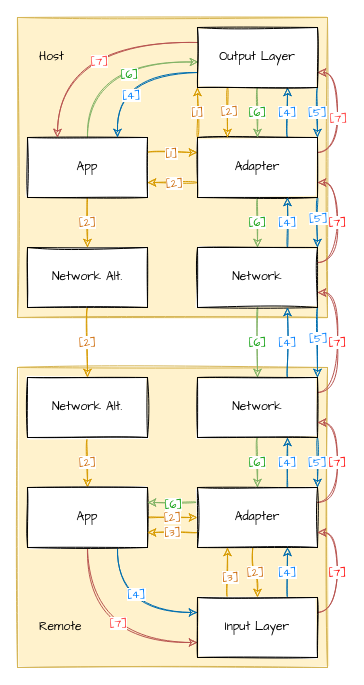
Before: protocol.drawio in loreanvictor/observables-over-boundary, a draw.io diagram. Source tidied: cells renumbered, new cells numbered last; positions are measured from the earlier drawing's top-left corner, leaving out a move shared by most shapes. Both pictures are drawn from the tidied source at 100%, with x=0, y=0 at pixel (17, 17).
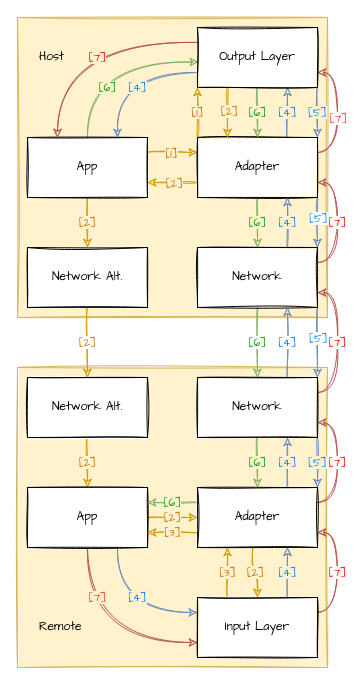
The same diagram, later.

Unchanged cells that the change refers to:
```xml
<mxCell id="5" style="edgeStyle=orthogonalEdgeStyle;jettySize=auto;html=1;exitX=1;exitY=0.25;exitDx=0;exitDy=0;entryX=0;entryY=0.25;entryDx=0;entryDy=0;curved=1;fillColor=#ffcd28;strokeColor=#d79b00;sketch=1;gradientColor=#ffa500;fontFamily=Comic Sans MS;" parent="1" edge="1" source="10" target="20">
  <mxGeometry relative="1" as="geometry" />
</mxCell>
<mxCell id="10" value="App" style="whiteSpace=wrap;html=1;sketch=1;fontFamily=Comic Sans MS;" parent="1" vertex="1">
  <mxGeometry x="10" y="120" width="120" height="60" as="geometry" />
</mxCell>
<mxCell id="12" style="edgeStyle=orthogonalEdgeStyle;jettySize=auto;html=1;exitX=0;exitY=0.75;exitDx=0;exitDy=0;entryX=1;entryY=0.75;entryDx=0;entryDy=0;curved=1;fillColor=#ffcd28;strokeColor=#d79b00;sketch=1;gradientColor=#ffa500;fontFamily=Comic Sans MS;fontColor=#CC6600;" parent="1" edge="1" source="20" target="10">
  <mxGeometry relative="1" as="geometry" />
</mxCell>
<mxCell id="20" value="Adapter" style="whiteSpace=wrap;html=1;sketch=1;fontFamily=Comic Sans MS;" parent="1" vertex="1">
  <mxGeometry x="180" y="120" width="120" height="60" as="geometry" />
</mxCell>
<mxCell id="21" style="edgeStyle=orthogonalEdgeStyle;jettySize=auto;html=1;entryX=0.25;entryY=0;entryDx=0;entryDy=0;exitX=0.25;exitY=1;exitDx=0;exitDy=0;curved=1;fillColor=#ffcd28;strokeColor=#d79b00;sketch=1;gradientColor=#ffa500;fontFamily=Comic Sans MS;" parent="1" edge="1" source="29" target="20">
  <mxGeometry relative="1" as="geometry" />
</mxCell>
<mxCell id="29" value="Output Layer" style="whiteSpace=wrap;html=1;sketch=1;fontFamily=Comic Sans MS;" parent="1" vertex="1">
  <mxGeometry x="180" y="10" width="120" height="60" as="geometry" />
</mxCell>
<mxCell id="31" value="Network Alt." style="whiteSpace=wrap;html=1;sketch=1;fontFamily=Comic Sans MS;" parent="1" vertex="1">
  <mxGeometry x="10" y="230" width="120" height="60" as="geometry" />
</mxCell>
<mxCell id="37" value="Network" style="whiteSpace=wrap;html=1;sketch=1;fontFamily=Comic Sans MS;" parent="1" vertex="1">
  <mxGeometry x="180" y="230" width="120" height="60" as="geometry" />
</mxCell>
<mxCell id="41" value="Network Alt." style="whiteSpace=wrap;html=1;sketch=1;fontFamily=Comic Sans MS;" parent="1" vertex="1">
  <mxGeometry x="10" y="360" width="120" height="60" as="geometry" />
</mxCell>
<mxCell id="47" value="App" style="whiteSpace=wrap;html=1;sketch=1;fontFamily=Comic Sans MS;" parent="1" vertex="1">
  <mxGeometry x="10" y="470" width="120" height="60" as="geometry" />
</mxCell>
<mxCell id="52" value="Network" style="whiteSpace=wrap;html=1;sketch=1;fontFamily=Comic Sans MS;" parent="1" vertex="1">
  <mxGeometry x="180" y="360" width="120" height="60" as="geometry" />
</mxCell>
<mxCell id="59" value="Adapter" style="whiteSpace=wrap;html=1;sketch=1;fontFamily=Comic Sans MS;" parent="1" vertex="1">
  <mxGeometry x="180" y="470" width="120" height="60" as="geometry" />
</mxCell>
<mxCell id="64" value="Input Layer" style="whiteSpace=wrap;html=1;sketch=1;fontFamily=Comic Sans MS;" parent="1" vertex="1">
  <mxGeometry x="180" y="580" width="120" height="60" as="geometry" />
</mxCell>
```

Change to the diagram source:
```diff
@@
-    <mxCell id="6" value="[1]" style="edgeLabel;html=1;align=center;verticalAlign=middle;sketch=1;fontFamily=Comic Sans MS;fontColor=#CC6600;" parent="5" vertex="1">
+    <mxCell id="6" value="[1]" style="edgeLabel;html=1;align=center;verticalAlign=middle;sketch=1;fontFamily=Comic Sans MS;fontColor=#CC6600;labelBackgroundColor=#FFF2CC;" parent="5" vertex="1">
       <mxGeometry x="-0.08" relative="1" as="geometry" />
     </mxCell>
-    <mxCell id="7" value="[2]" style="edgeStyle=orthogonalEdgeStyle;jettySize=auto;html=1;exitX=0.5;exitY=1;exitDx=0;exitDy=0;entryX=0.5;entryY=0;entryDx=0;entryDy=0;curved=1;fillColor=#ffcd28;strokeColor=#d79b00;sketch=1;gradientColor=#ffa500;fontFamily=Comic Sans MS;fontColor=#CC6600;" parent="1" edge="1" source="10" target="31">
+    <mxCell id="7" value="[2]" style="edgeStyle=orthogonalEdgeStyle;jettySize=auto;html=1;exitX=0.5;exitY=1;exitDx=0;exitDy=0;entryX=0.5;entryY=0;entryDx=0;entryDy=0;curved=1;fillColor=#ffcd28;strokeColor=#d79b00;sketch=1;gradientColor=#ffa500;fontFamily=Comic Sans MS;fontColor=#CC6600;labelBackgroundColor=#FFF2CC;" parent="1" edge="1" source="10" target="31">
       <mxGeometry relative="1" as="geometry" />
     </mxCell>
-    <mxCell id="8" style="edgeStyle=orthogonalEdgeStyle;jettySize=auto;html=1;exitX=0.5;exitY=0;exitDx=0;exitDy=0;entryX=0.008;entryY=0.575;entryDx=0;entryDy=0;curved=1;sketch=1;fontFamily=Comic Sans MS;entryPerimeter=0;fillColor=#d5e8d4;strokeColor=#82b366;" parent="1" edge="1" source="10" target="29">
-      <mxGeometry relative="1" as="geometry" />
+    <mxCell id="8" value="[6]" style="edgeStyle=orthogonalEdgeStyle;jettySize=auto;html=1;exitX=0.5;exitY=0;exitDx=0;exitDy=0;entryX=0.008;entryY=0.575;entryDx=0;entryDy=0;curved=1;sketch=1;fontFamily=Comic Sans MS;entryPerimeter=0;fillColor=#d5e8d4;strokeColor=#82b366;fontColor=#009900;labelBackgroundColor=#FFF2CC;" parent="1" edge="1" source="10" target="29">
+      <mxGeometry x="-0.46" y="-20" relative="1" as="geometry" />
     </mxCell>
-    <mxCell id="9" value="[6]" style="edgeLabel;html=1;align=center;verticalAlign=middle;sketch=1;fontFamily=Comic Sans MS;fontColor=#009900;" parent="8" vertex="1">
-      <mxGeometry x="0.26" y="-12" relative="1" as="geometry" />
-    </mxCell>
@@
-    <mxCell id="11" value="[1]" style="edgeStyle=orthogonalEdgeStyle;jettySize=auto;html=1;exitX=0;exitY=0;exitDx=0;exitDy=0;entryX=0;entryY=1;entryDx=0;entryDy=0;curved=1;fillColor=#ffcd28;strokeColor=#d79b00;sketch=1;gradientColor=#ffa500;fontFamily=Comic Sans MS;fontColor=#CC6600;" parent="1" edge="1" source="20" target="29">
+    <mxCell id="11" value="[1]" style="edgeStyle=orthogonalEdgeStyle;jettySize=auto;html=1;exitX=0;exitY=0;exitDx=0;exitDy=0;entryX=0;entryY=1;entryDx=0;entryDy=0;curved=1;fillColor=#ffcd28;strokeColor=#d79b00;sketch=1;gradientColor=#ffa500;fontFamily=Comic Sans MS;fontColor=#CC6600;labelBackgroundColor=#FFF2CC;" parent="1" edge="1" source="20" target="29">
       <mxGeometry relative="1" as="geometry" />
     </mxCell>
@@
-    <mxCell id="13" value="[2]" style="edgeLabel;html=1;align=center;verticalAlign=middle;sketch=1;fontFamily=Comic Sans MS;fontColor=#CC6600;" parent="12" vertex="1">
+    <mxCell id="13" value="[2]" style="edgeLabel;html=1;align=center;verticalAlign=middle;sketch=1;fontFamily=Comic Sans MS;fontColor=#CC6600;labelBackgroundColor=#FFF2CC;" parent="12" vertex="1">
       <mxGeometry x="-0.06" relative="1" as="geometry" />
     </mxCell>
-    <mxCell id="14" value="[4]" style="edgeStyle=orthogonalEdgeStyle;jettySize=auto;html=1;exitX=0.75;exitY=0;exitDx=0;exitDy=0;entryX=0.75;entryY=1;entryDx=0;entryDy=0;curved=1;fillColor=#1ba1e2;strokeColor=#006EAF;sketch=1;fontFamily=Comic Sans MS;fontColor=#007FFF;" parent="1" edge="1" source="20" target="29">
+    <mxCell id="14" value="[4]" style="edgeStyle=orthogonalEdgeStyle;jettySize=auto;html=1;exitX=0.75;exitY=0;exitDx=0;exitDy=0;entryX=0.75;entryY=1;entryDx=0;entryDy=0;curved=1;fillColor=#dae8fc;strokeColor=#6c8ebf;sketch=1;fontFamily=Comic Sans MS;fontColor=#007FFF;labelBackgroundColor=#FFF2CC;" parent="1" edge="1" source="20" target="29">
       <mxGeometry relative="1" as="geometry" />
     </mxCell>
-    <mxCell id="15" style="edgeStyle=orthogonalEdgeStyle;jettySize=auto;html=1;exitX=1;exitY=1;exitDx=0;exitDy=0;entryX=1;entryY=0;entryDx=0;entryDy=0;curved=1;sketch=1;fillColor=#1ba1e2;strokeColor=#006EAF;fontFamily=Comic Sans MS;fontColor=#007FFF;" parent="1" edge="1" source="20" target="37">
+    <mxCell id="15" style="edgeStyle=orthogonalEdgeStyle;jettySize=auto;html=1;exitX=1;exitY=1;exitDx=0;exitDy=0;entryX=1;entryY=0;entryDx=0;entryDy=0;curved=1;sketch=1;fillColor=#dae8fc;strokeColor=#6c8ebf;fontFamily=Comic Sans MS;fontColor=#007FFF;labelBackgroundColor=#FFF2CC;" parent="1" edge="1" source="20" target="37">
       <mxGeometry relative="1" as="geometry" />
     </mxCell>
@@
-    <mxCell id="17" value="[6]" style="edgeStyle=orthogonalEdgeStyle;jettySize=auto;html=1;entryX=0.5;entryY=0;entryDx=0;entryDy=0;curved=1;sketch=1;fontFamily=Comic Sans MS;exitX=0.5;exitY=1;exitDx=0;exitDy=0;fillColor=#d5e8d4;strokeColor=#82b366;fontColor=#009900;" parent="1" edge="1" source="20" target="37">
+    <mxCell id="17" value="[6]" style="edgeStyle=orthogonalEdgeStyle;jettySize=auto;html=1;entryX=0.5;entryY=0;entryDx=0;entryDy=0;curved=1;sketch=1;fontFamily=Comic Sans MS;exitX=0.5;exitY=1;exitDx=0;exitDy=0;fillColor=#d5e8d4;strokeColor=#82b366;fontColor=#009900;labelBackgroundColor=#FFF2CC;" parent="1" edge="1" source="20" target="37">
       <mxGeometry relative="1" as="geometry" />
     </mxCell>
@@
-    <mxCell id="22" value="[2]" style="edgeLabel;html=1;align=center;verticalAlign=middle;sketch=1;fontFamily=Comic Sans MS;fontColor=#CC6600;" parent="21" vertex="1">
+    <mxCell id="22" value="[2]" style="edgeLabel;html=1;align=center;verticalAlign=middle;sketch=1;fontFamily=Comic Sans MS;fontColor=#CC6600;labelBackgroundColor=#FFF2CC;" parent="21" vertex="1">
       <mxGeometry x="-0.09" y="1" relative="1" as="geometry" />
     </mxCell>
-    <mxCell id="23" value="[5]" style="edgeStyle=orthogonalEdgeStyle;jettySize=auto;html=1;exitX=1;exitY=1;exitDx=0;exitDy=0;entryX=1;entryY=0;entryDx=0;entryDy=0;curved=1;sketch=1;fillColor=#1ba1e2;strokeColor=#006EAF;fontFamily=Comic Sans MS;fontColor=#007FFF;" parent="1" edge="1" source="29" target="20">
+    <mxCell id="23" value="[5]" style="edgeStyle=orthogonalEdgeStyle;jettySize=auto;html=1;exitX=1;exitY=1;exitDx=0;exitDy=0;entryX=1;entryY=0;entryDx=0;entryDy=0;curved=1;sketch=1;fillColor=#dae8fc;strokeColor=#6c8ebf;fontFamily=Comic Sans MS;fontColor=#007FFF;labelBackgroundColor=#FFF2CC;" parent="1" edge="1" source="29" target="20">
       <mxGeometry relative="1" as="geometry" />
     </mxCell>
-    <mxCell id="24" value="[6]" style="edgeStyle=orthogonalEdgeStyle;jettySize=auto;html=1;exitX=0.5;exitY=1;exitDx=0;exitDy=0;entryX=0.5;entryY=0;entryDx=0;entryDy=0;curved=1;sketch=1;fontFamily=Comic Sans MS;fillColor=#d5e8d4;strokeColor=#82b366;fontColor=#009900;" parent="1" edge="1" source="29" target="20">
+    <mxCell id="24" value="[6]" style="edgeStyle=orthogonalEdgeStyle;jettySize=auto;html=1;exitX=0.5;exitY=1;exitDx=0;exitDy=0;entryX=0.5;entryY=0;entryDx=0;entryDy=0;curved=1;sketch=1;fontFamily=Comic Sans MS;fillColor=#d5e8d4;strokeColor=#82b366;fontColor=#009900;labelBackgroundColor=#FFF2CC;" parent="1" edge="1" source="29" target="20">
       <mxGeometry relative="1" as="geometry" />
     </mxCell>
-    <mxCell id="25" style="edgeStyle=orthogonalEdgeStyle;jettySize=auto;html=1;exitX=0;exitY=0.25;exitDx=0;exitDy=0;entryX=0.25;entryY=0;entryDx=0;entryDy=0;curved=1;sketch=1;fontFamily=Comic Sans MS;fillColor=#f8cecc;strokeColor=#b85450;fontColor=#FF0000;" parent="1" edge="1" source="29" target="10">
-      <mxGeometry relative="1" as="geometry" />
+    <mxCell id="25" value="[7]" style="edgeStyle=orthogonalEdgeStyle;jettySize=auto;html=1;exitX=0;exitY=0.25;exitDx=0;exitDy=0;entryX=0.25;entryY=0;entryDx=0;entryDy=0;curved=1;sketch=1;fontFamily=Comic Sans MS;fillColor=#f8cecc;strokeColor=#b85450;fontColor=#FF0000;labelBackgroundColor=#FFF2CC;" parent="1" edge="1" source="29" target="10">
+      <mxGeometry x="-0.15" y="15" relative="1" as="geometry" />
     </mxCell>
-    <mxCell id="26" value="[7]" style="edgeLabel;html=1;align=center;verticalAlign=middle;sketch=1;fontFamily=Comic Sans MS;fontColor=#FF3333;" parent="25" vertex="1">
-      <mxGeometry x="-0.16" y="18" relative="1" as="geometry" />
-    </mxCell>
-    <mxCell id="27" style="edgeStyle=orthogonalEdgeStyle;curved=1;rounded=1;jettySize=auto;html=1;exitX=0;exitY=0.75;exitDx=0;exitDy=0;entryX=0.75;entryY=0;entryDx=0;entryDy=0;fillColor=#1ba1e2;strokeColor=#006EAF;sketch=1;fontFamily=Comic Sans MS;fontColor=#007FFF;" parent="1" edge="1" source="29" target="10">
-      <mxGeometry relative="1" as="geometry" />
+    <mxCell id="27" value="[4]" style="edgeStyle=orthogonalEdgeStyle;curved=1;rounded=1;jettySize=auto;html=1;exitX=0;exitY=0.75;exitDx=0;exitDy=0;entryX=0.75;entryY=0;entryDx=0;entryDy=0;fillColor=#dae8fc;strokeColor=#6c8ebf;sketch=1;fontFamily=Comic Sans MS;fontColor=#007FFF;labelBackgroundColor=#FFF2CC;" parent="1" edge="1" source="29" target="10">
+      <mxGeometry x="-0.17" y="15" relative="1" as="geometry" />
     </mxCell>
-    <mxCell id="28" value="[4]" style="edgeLabel;html=1;align=center;verticalAlign=middle;sketch=1;fontFamily=Comic Sans MS;fontColor=#007FFF;" parent="27" vertex="1">
-      <mxGeometry x="-0.08" y="22" relative="1" as="geometry" />
-    </mxCell>
@@
-    <mxCell id="32" value="[4]" style="edgeStyle=orthogonalEdgeStyle;jettySize=auto;html=1;exitX=0.75;exitY=0;exitDx=0;exitDy=0;entryX=0.75;entryY=1;entryDx=0;entryDy=0;curved=1;fillColor=#1ba1e2;strokeColor=#006EAF;sketch=1;fontFamily=Comic Sans MS;fontColor=#007FFF;" parent="1" edge="1" source="37" target="20">
+    <mxCell id="32" value="[4]" style="edgeStyle=orthogonalEdgeStyle;jettySize=auto;html=1;exitX=0.75;exitY=0;exitDx=0;exitDy=0;entryX=0.75;entryY=1;entryDx=0;entryDy=0;curved=1;fillColor=#dae8fc;strokeColor=#6c8ebf;sketch=1;fontFamily=Comic Sans MS;fontColor=#007FFF;labelBackgroundColor=#FFF2CC;" parent="1" edge="1" source="37" target="20">
       <mxGeometry relative="1" as="geometry" />
     </mxCell>
-    <mxCell id="33" style="edgeStyle=orthogonalEdgeStyle;jettySize=auto;html=1;exitX=1;exitY=1;exitDx=0;exitDy=0;entryX=1;entryY=0;entryDx=0;entryDy=0;curved=1;sketch=1;fillColor=#1ba1e2;strokeColor=#006EAF;fontFamily=Comic Sans MS;fontColor=#007FFF;" parent="1" edge="1" source="37" target="52">
+    <mxCell id="33" style="edgeStyle=orthogonalEdgeStyle;jettySize=auto;html=1;exitX=1;exitY=1;exitDx=0;exitDy=0;entryX=1;entryY=0;entryDx=0;entryDy=0;curved=1;sketch=1;fillColor=#dae8fc;strokeColor=#6c8ebf;fontFamily=Comic Sans MS;fontColor=#007FFF;" parent="1" edge="1" source="37" target="52">
       <mxGeometry relative="1" as="geometry" />
     </mxCell>
@@
-    <mxCell id="40" value="[2]" style="edgeStyle=orthogonalEdgeStyle;jettySize=auto;html=1;exitX=0.5;exitY=1;exitDx=0;exitDy=0;entryX=0.5;entryY=0;entryDx=0;entryDy=0;curved=1;fillColor=#ffe6cc;strokeColor=#d79b00;sketch=1;fontFamily=Comic Sans MS;fontColor=#CC6600;" parent="1" edge="1" source="41" target="47">
+    <mxCell id="40" value="[2]" style="edgeStyle=orthogonalEdgeStyle;jettySize=auto;html=1;exitX=0.5;exitY=1;exitDx=0;exitDy=0;entryX=0.5;entryY=0;entryDx=0;entryDy=0;curved=1;fillColor=#ffe6cc;strokeColor=#d79b00;sketch=1;fontFamily=Comic Sans MS;fontColor=#CC6600;labelBackgroundColor=#FFF2CC;" parent="1" edge="1" source="41" target="47">
       <mxGeometry relative="1" as="geometry" />
     </mxCell>
@@
-    <mxCell id="42" value="[2]" style="edgeStyle=orthogonalEdgeStyle;jettySize=auto;html=1;exitX=1;exitY=0.5;exitDx=0;exitDy=0;entryX=0;entryY=0.5;entryDx=0;entryDy=0;curved=1;fillColor=#ffe6cc;strokeColor=#d79b00;sketch=1;fontFamily=Comic Sans MS;fontColor=#CC6600;" parent="1" edge="1" source="47" target="59">
+    <mxCell id="42" value="[2]" style="edgeStyle=orthogonalEdgeStyle;jettySize=auto;html=1;exitX=1;exitY=0.5;exitDx=0;exitDy=0;entryX=0;entryY=0.5;entryDx=0;entryDy=0;curved=1;fillColor=#ffe6cc;strokeColor=#d79b00;sketch=1;fontFamily=Comic Sans MS;fontColor=#CC6600;labelBackgroundColor=#FFF2CC;" parent="1" edge="1" source="47" target="59">
       <mxGeometry relative="1" as="geometry" />
     </mxCell>
-    <mxCell id="43" style="edgeStyle=orthogonalEdgeStyle;jettySize=auto;html=1;exitX=0.75;exitY=1;exitDx=0;exitDy=0;entryX=0;entryY=0.25;entryDx=0;entryDy=0;curved=1;fillColor=#1ba1e2;strokeColor=#006EAF;sketch=1;fontFamily=Comic Sans MS;fontColor=#007FFF;" parent="1" edge="1" source="47" target="64">
-      <mxGeometry relative="1" as="geometry" />
+    <mxCell id="43" value="[4]" style="edgeStyle=orthogonalEdgeStyle;jettySize=auto;html=1;exitX=0.75;exitY=1;exitDx=0;exitDy=0;entryX=0;entryY=0.25;entryDx=0;entryDy=0;curved=1;fillColor=#dae8fc;strokeColor=#6c8ebf;sketch=1;fontFamily=Comic Sans MS;fontColor=#007FFF;labelBackgroundColor=#FFF2CC;" parent="1" edge="1" source="47" target="64">
+      <mxGeometry x="0.17" y="15" relative="1" as="geometry" />
     </mxCell>
-    <mxCell id="44" value="[4]" style="edgeLabel;html=1;align=center;verticalAlign=middle;sketch=1;fontFamily=Comic Sans MS;fontColor=#007FFF;" parent="43" vertex="1">
-      <mxGeometry x="-0.37" y="18" relative="1" as="geometry" />
-    </mxCell>
-    <mxCell id="45" style="edgeStyle=orthogonalEdgeStyle;jettySize=auto;html=1;exitX=0.5;exitY=1;exitDx=0;exitDy=0;entryX=0;entryY=0.75;entryDx=0;entryDy=0;curved=1;sketch=1;fontFamily=Comic Sans MS;fillColor=#f8cecc;strokeColor=#b85450;fontColor=#FF3333;" parent="1" edge="1" source="47" target="64">
-      <mxGeometry relative="1" as="geometry" />
+    <mxCell id="45" value="[7]" style="edgeStyle=orthogonalEdgeStyle;jettySize=auto;html=1;exitX=0.5;exitY=1;exitDx=0;exitDy=0;entryX=0;entryY=0.75;entryDx=0;entryDy=0;curved=1;sketch=1;fontFamily=Comic Sans MS;fillColor=#f8cecc;strokeColor=#b85450;fontColor=#FF3333;labelBackgroundColor=#FFF2CC;" parent="1" edge="1" source="47" target="64">
+      <mxGeometry x="-0.51" y="10" relative="1" as="geometry" />
     </mxCell>
-    <mxCell id="46" value="[7]" style="edgeLabel;html=1;align=center;verticalAlign=middle;sketch=1;fontFamily=Comic Sans MS;fontColor=#FF3333;" parent="45" vertex="1">
-      <mxGeometry x="0.22" y="20" relative="1" as="geometry" />
-    </mxCell>
@@
-    <mxCell id="48" value="[4]" style="edgeStyle=orthogonalEdgeStyle;jettySize=auto;html=1;exitX=0.75;exitY=0;exitDx=0;exitDy=0;entryX=0.75;entryY=1;entryDx=0;entryDy=0;curved=1;fillColor=#1ba1e2;strokeColor=#006EAF;sketch=1;fontFamily=Comic Sans MS;fontColor=#007FFF;" parent="1" edge="1" source="52" target="37">
+    <mxCell id="48" value="[4]" style="edgeStyle=orthogonalEdgeStyle;jettySize=auto;html=1;exitX=0.75;exitY=0;exitDx=0;exitDy=0;entryX=0.75;entryY=1;entryDx=0;entryDy=0;curved=1;fillColor=#dae8fc;strokeColor=#6c8ebf;sketch=1;fontFamily=Comic Sans MS;fontColor=#007FFF;" parent="1" edge="1" source="52" target="37">
       <mxGeometry relative="1" as="geometry" />
     </mxCell>
-    <mxCell id="49" value="[5]" style="edgeStyle=orthogonalEdgeStyle;jettySize=auto;html=1;exitX=1;exitY=1;exitDx=0;exitDy=0;curved=1;sketch=1;fontFamily=Comic Sans MS;entryX=1;entryY=0;entryDx=0;entryDy=0;fillColor=#1ba1e2;strokeColor=#006EAF;fontColor=#007FFF;" parent="1" edge="1" source="52" target="59">
+    <mxCell id="49" value="[5]" style="edgeStyle=orthogonalEdgeStyle;jettySize=auto;html=1;exitX=1;exitY=1;exitDx=0;exitDy=0;curved=1;sketch=1;fontFamily=Comic Sans MS;entryX=1;entryY=0;entryDx=0;entryDy=0;fillColor=#dae8fc;strokeColor=#6c8ebf;fontColor=#007FFF;labelBackgroundColor=#FFF2CC;" parent="1" edge="1" source="52" target="59">
       <mxGeometry relative="1" as="geometry" />
     </mxCell>
-    <mxCell id="50" value="[6]" style="edgeStyle=orthogonalEdgeStyle;jettySize=auto;html=1;exitX=0.5;exitY=1;exitDx=0;exitDy=0;entryX=0.5;entryY=0;entryDx=0;entryDy=0;curved=1;sketch=1;fontFamily=Comic Sans MS;fillColor=#d5e8d4;strokeColor=#82b366;fontColor=#009900;" parent="1" edge="1" source="52" target="59">
+    <mxCell id="50" value="[6]" style="edgeStyle=orthogonalEdgeStyle;jettySize=auto;html=1;exitX=0.5;exitY=1;exitDx=0;exitDy=0;entryX=0.5;entryY=0;entryDx=0;entryDy=0;curved=1;sketch=1;fontFamily=Comic Sans MS;fillColor=#d5e8d4;strokeColor=#82b366;fontColor=#009900;labelBackgroundColor=#FFF2CC;" parent="1" edge="1" source="52" target="59">
       <mxGeometry relative="1" as="geometry" />
     </mxCell>
@@
-    <mxCell id="53" value="[2]" style="edgeStyle=orthogonalEdgeStyle;jettySize=auto;html=1;exitX=0.46;exitY=1.016;exitDx=0;exitDy=0;entryX=0.5;entryY=0;entryDx=0;entryDy=0;exitPerimeter=0;curved=1;fillColor=#ffe6cc;strokeColor=#d79b00;sketch=1;fontFamily=Comic Sans MS;fontColor=#CC6600;" parent="1" edge="1" source="59" target="64">
+    <mxCell id="53" value="[2]" style="edgeStyle=orthogonalEdgeStyle;jettySize=auto;html=1;exitX=0.46;exitY=1.016;exitDx=0;exitDy=0;entryX=0.5;entryY=0;entryDx=0;entryDy=0;exitPerimeter=0;curved=1;fillColor=#ffe6cc;strokeColor=#d79b00;sketch=1;fontFamily=Comic Sans MS;fontColor=#CC6600;labelBackgroundColor=#FFF2CC;" parent="1" edge="1" source="59" target="64">
       <mxGeometry relative="1" as="geometry" />
     </mxCell>
-    <mxCell id="54" value="[3]" style="edgeStyle=orthogonalEdgeStyle;jettySize=auto;html=1;exitX=0;exitY=0.75;exitDx=0;exitDy=0;entryX=1;entryY=0.75;entryDx=0;entryDy=0;curved=1;fillColor=#ffe6cc;strokeColor=#d79b00;sketch=1;fontFamily=Comic Sans MS;fontColor=#CC6600;" parent="1" edge="1" source="59" target="47">
+    <mxCell id="54" value="[3]" style="edgeStyle=orthogonalEdgeStyle;jettySize=auto;html=1;exitX=0;exitY=0.75;exitDx=0;exitDy=0;entryX=1;entryY=0.75;entryDx=0;entryDy=0;curved=1;fillColor=#ffe6cc;strokeColor=#d79b00;sketch=1;fontFamily=Comic Sans MS;fontColor=#CC6600;labelBackgroundColor=#FFF2CC;" parent="1" edge="1" source="59" target="47">
       <mxGeometry relative="1" as="geometry" />
     </mxCell>
-    <mxCell id="55" value="[4]" style="edgeStyle=orthogonalEdgeStyle;jettySize=auto;html=1;exitX=0.75;exitY=0;exitDx=0;exitDy=0;curved=1;entryX=0.75;entryY=1;entryDx=0;entryDy=0;fillColor=#1ba1e2;strokeColor=#006EAF;sketch=1;fontFamily=Comic Sans MS;fontColor=#007FFF;" parent="1" edge="1" source="59" target="52">
+    <mxCell id="55" value="[4]" style="edgeStyle=orthogonalEdgeStyle;jettySize=auto;html=1;exitX=0.75;exitY=0;exitDx=0;exitDy=0;curved=1;entryX=0.75;entryY=1;entryDx=0;entryDy=0;fillColor=#dae8fc;strokeColor=#6c8ebf;sketch=1;fontFamily=Comic Sans MS;fontColor=#007FFF;labelBackgroundColor=#FFF2CC;" parent="1" edge="1" source="59" target="52">
       <mxGeometry relative="1" as="geometry" />
     </mxCell>
-    <mxCell id="56" style="edgeStyle=orthogonalEdgeStyle;jettySize=auto;html=1;exitX=0;exitY=0.25;exitDx=0;exitDy=0;entryX=1;entryY=0.25;entryDx=0;entryDy=0;curved=1;sketch=1;fontFamily=Comic Sans MS;fillColor=#d5e8d4;strokeColor=#82b366;fontColor=#009900;" parent="1" edge="1" source="59" target="47">
+    <mxCell id="56" value="[6]" style="edgeStyle=orthogonalEdgeStyle;jettySize=auto;html=1;exitX=0;exitY=0.25;exitDx=0;exitDy=0;entryX=1;entryY=0.25;entryDx=0;entryDy=0;curved=1;sketch=1;fontFamily=Comic Sans MS;fillColor=#d5e8d4;strokeColor=#82b366;fontColor=#009900;labelBackgroundColor=#FFF2CC;" parent="1" edge="1" source="59" target="47">
       <mxGeometry relative="1" as="geometry" />
     </mxCell>
-    <mxCell id="57" value="[6]" style="edgeLabel;html=1;align=center;verticalAlign=middle;sketch=1;fontFamily=Comic Sans MS;fontColor=#009900;" parent="56" vertex="1">
-      <mxGeometry x="0.09" y="1" relative="1" as="geometry">
-        <mxPoint x="2.1" as="offset" />
-      </mxGeometry>
-    </mxCell>
@@
-    <mxCell id="60" style="edgeStyle=orthogonalEdgeStyle;jettySize=auto;html=1;exitX=0.25;exitY=0;exitDx=0;exitDy=0;entryX=0.25;entryY=1;entryDx=0;entryDy=0;curved=1;fillColor=#ffe6cc;strokeColor=#d79b00;sketch=1;fontFamily=Comic Sans MS;fontColor=#CC6600;" parent="1" edge="1" source="64" target="59">
+    <mxCell id="60" value="[3]" style="edgeStyle=orthogonalEdgeStyle;jettySize=auto;html=1;exitX=0.25;exitY=0;exitDx=0;exitDy=0;entryX=0.25;entryY=1;entryDx=0;entryDy=0;curved=1;fillColor=#ffe6cc;strokeColor=#d79b00;sketch=1;fontFamily=Comic Sans MS;fontColor=#CC6600;labelBackgroundColor=#FFF2CC;" parent="1" edge="1" source="64" target="59">
       <mxGeometry relative="1" as="geometry" />
     </mxCell>
-    <mxCell id="61" value="[3]" style="edgeLabel;html=1;align=center;verticalAlign=middle;sketch=1;fontFamily=Comic Sans MS;fontColor=#CC6600;" parent="60" vertex="1">
-      <mxGeometry x="-0.15" y="-2" relative="1" as="geometry" />
-    </mxCell>
-    <mxCell id="62" value="[4]" style="edgeStyle=orthogonalEdgeStyle;rounded=1;jettySize=auto;html=1;exitX=0.75;exitY=0;exitDx=0;exitDy=0;entryX=0.75;entryY=1;entryDx=0;entryDy=0;curved=1;fillColor=#1ba1e2;strokeColor=#006EAF;sketch=1;fontFamily=Comic Sans MS;fontColor=#007FFF;" parent="1" edge="1" source="64" target="59">
+    <mxCell id="62" value="[4]" style="edgeStyle=orthogonalEdgeStyle;rounded=1;jettySize=auto;html=1;exitX=0.75;exitY=0;exitDx=0;exitDy=0;entryX=0.75;entryY=1;entryDx=0;entryDy=0;curved=1;fillColor=#dae8fc;strokeColor=#6c8ebf;sketch=1;fontFamily=Comic Sans MS;fontColor=#007FFF;labelBackgroundColor=#FFF2CC;" parent="1" edge="1" source="64" target="59">
       <mxGeometry relative="1" as="geometry" />
     </mxCell>
```
